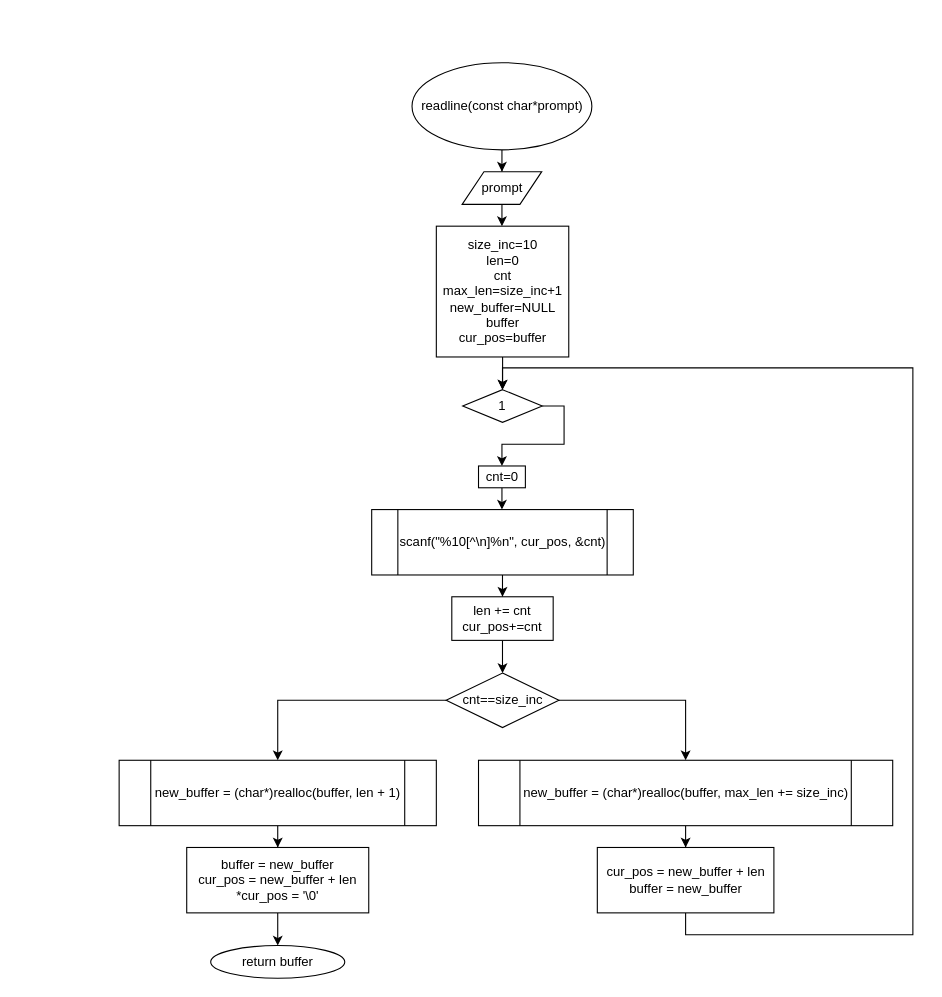
Before: page "readline" (4 of 8) of lab4.drawio in Alvald1/draw.io, a draw.io diagram. Source tidied: cells renumbered, new cells numbered last; positions are measured from the earlier drawing's top-left corner, leaving out a move shared by most shapes. Both pictures are drawn from the tidied source at 109%, with x=0, y=0 at pixel (119, 62).
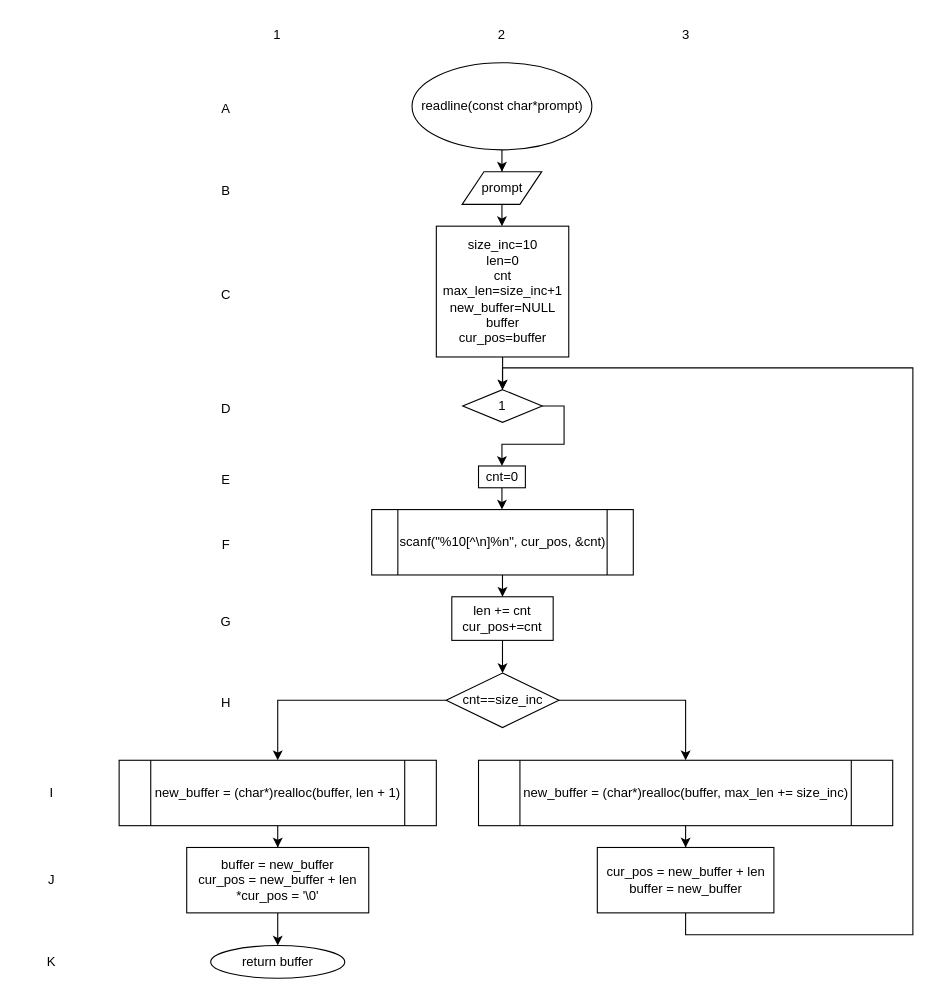
The same page after the edit.

The edit, as a diff of the source:
```diff
@@
+    <mxCell id="28" value="1" style="text;html=1;strokeColor=none;fillColor=none;align=center;verticalAlign=middle;whiteSpace=wrap;rounded=0;" parent="1" vertex="1">
+      <mxGeometry x="115.2" y="-40" width="60" height="30" as="geometry" />
+    </mxCell>
+    <mxCell id="29" value="2" style="text;html=1;strokeColor=none;fillColor=none;align=center;verticalAlign=middle;whiteSpace=wrap;rounded=0;" parent="1" vertex="1">
+      <mxGeometry x="321" y="-40" width="60" height="30" as="geometry" />
+    </mxCell>
+    <mxCell id="30" value="3" style="text;html=1;strokeColor=none;fillColor=none;align=center;verticalAlign=middle;whiteSpace=wrap;rounded=0;" parent="1" vertex="1">
+      <mxGeometry x="489.5" y="-40" width="60" height="30" as="geometry" />
+    </mxCell>
+    <mxCell id="31" value="A" style="text;html=1;strokeColor=none;fillColor=none;align=center;verticalAlign=middle;whiteSpace=wrap;rounded=0;" parent="1" vertex="1">
+      <mxGeometry x="68" y="27.5" width="60" height="30" as="geometry" />
+    </mxCell>
+    <mxCell id="32" value="B" style="text;html=1;strokeColor=none;fillColor=none;align=center;verticalAlign=middle;whiteSpace=wrap;rounded=0;" parent="1" vertex="1">
+      <mxGeometry x="68" y="102.5" width="60" height="30" as="geometry" />
+    </mxCell>
+    <mxCell id="33" value="C" style="text;html=1;strokeColor=none;fillColor=none;align=center;verticalAlign=middle;whiteSpace=wrap;rounded=0;" parent="1" vertex="1">
+      <mxGeometry x="68" y="197.5" width="60" height="30" as="geometry" />
+    </mxCell>
+    <mxCell id="34" value="D" style="text;html=1;strokeColor=none;fillColor=none;align=center;verticalAlign=middle;whiteSpace=wrap;rounded=0;" parent="1" vertex="1">
+      <mxGeometry x="68" y="302.5" width="60" height="30" as="geometry" />
+    </mxCell>
+    <mxCell id="35" value="E" style="text;html=1;strokeColor=none;fillColor=none;align=center;verticalAlign=middle;whiteSpace=wrap;rounded=0;" parent="1" vertex="1">
+      <mxGeometry x="68" y="367.5" width="60" height="30" as="geometry" />
+    </mxCell>
+    <mxCell id="36" value="F" style="text;html=1;strokeColor=none;fillColor=none;align=center;verticalAlign=middle;whiteSpace=wrap;rounded=0;" parent="1" vertex="1">
+      <mxGeometry x="68" y="427.5" width="60" height="30" as="geometry" />
+    </mxCell>
+    <mxCell id="37" value="G" style="text;html=1;strokeColor=none;fillColor=none;align=center;verticalAlign=middle;whiteSpace=wrap;rounded=0;" parent="1" vertex="1">
+      <mxGeometry x="68" y="497.5" width="60" height="30" as="geometry" />
+    </mxCell>
+    <mxCell id="38" value="H" style="text;html=1;strokeColor=none;fillColor=none;align=center;verticalAlign=middle;whiteSpace=wrap;rounded=0;" parent="1" vertex="1">
+      <mxGeometry x="68" y="572.5" width="60" height="30" as="geometry" />
+    </mxCell>
+    <mxCell id="39" value="I" style="text;html=1;strokeColor=none;fillColor=none;align=center;verticalAlign=middle;whiteSpace=wrap;rounded=0;" parent="1" vertex="1">
+      <mxGeometry x="-92" y="655" width="60" height="30" as="geometry" />
+    </mxCell>
+    <mxCell id="40" value="J" style="text;html=1;strokeColor=none;fillColor=none;align=center;verticalAlign=middle;whiteSpace=wrap;rounded=0;" parent="1" vertex="1">
+      <mxGeometry x="-92" y="735" width="60" height="30" as="geometry" />
+    </mxCell>
+    <mxCell id="41" value="K" style="text;html=1;strokeColor=none;fillColor=none;align=center;verticalAlign=middle;whiteSpace=wrap;rounded=0;" parent="1" vertex="1">
+      <mxGeometry x="-92" y="810" width="60" height="30" as="geometry" />
+    </mxCell>
```
